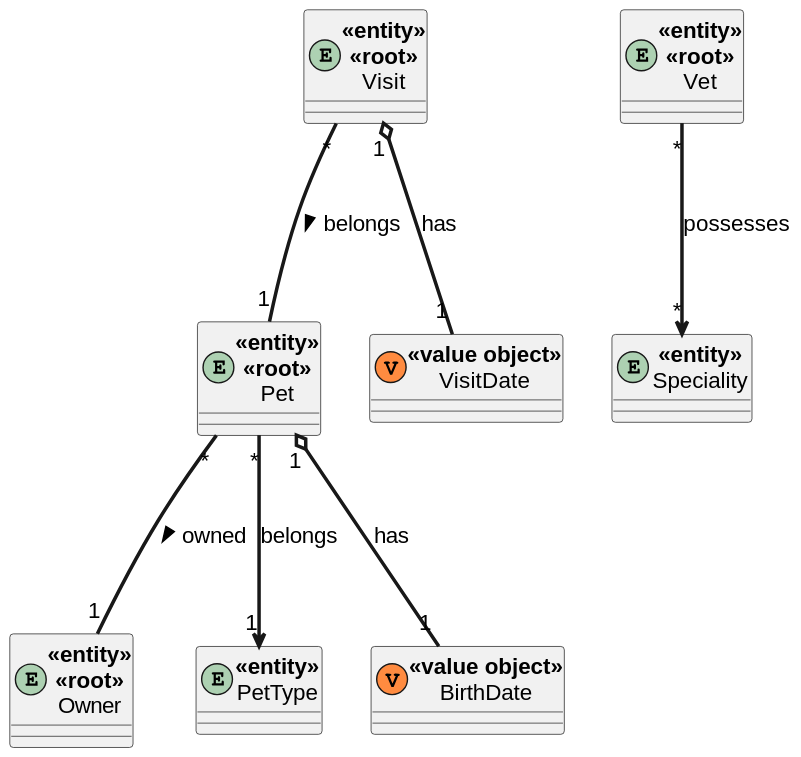
Above: docs/svg/DomainModel.svg in NunoMarmeleiro/spring-petclinic (PlantUML), before the change.
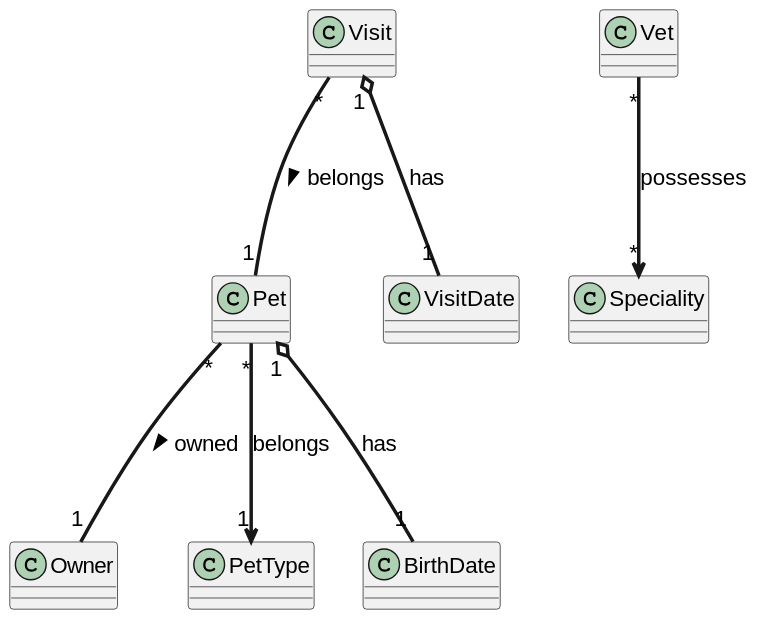
After the change.

Commit message:
Updated Domain Model

The edit, as a diff of the source:
```diff
@@ -6,25 +6,25 @@
 
 
 
-entity Owner <<entity>><<root>> {}
+class Owner {}
 
 
-entity Pet <<entity>><<root>> {}
+class Pet {}
 
-entity PetType <<entity>> {}
+class PetType {}
 
-class BirthDate <<(V,#FF8B40) value object>> {}
+class BirthDate {}
 
 
 
-entity Vet <<entity>><<root>> {}
+class Vet {}
 
-entity Speciality <<entity>> {}
+class Speciality {}
 
 
-entity Visit <<entity>><<root>> {}
+class Visit {}
 
-class VisitDate <<(V,#FF8B40) value object>> {}
+class VisitDate {}
 
 
 Pet "*" ---> "1" PetType: belongs
```
